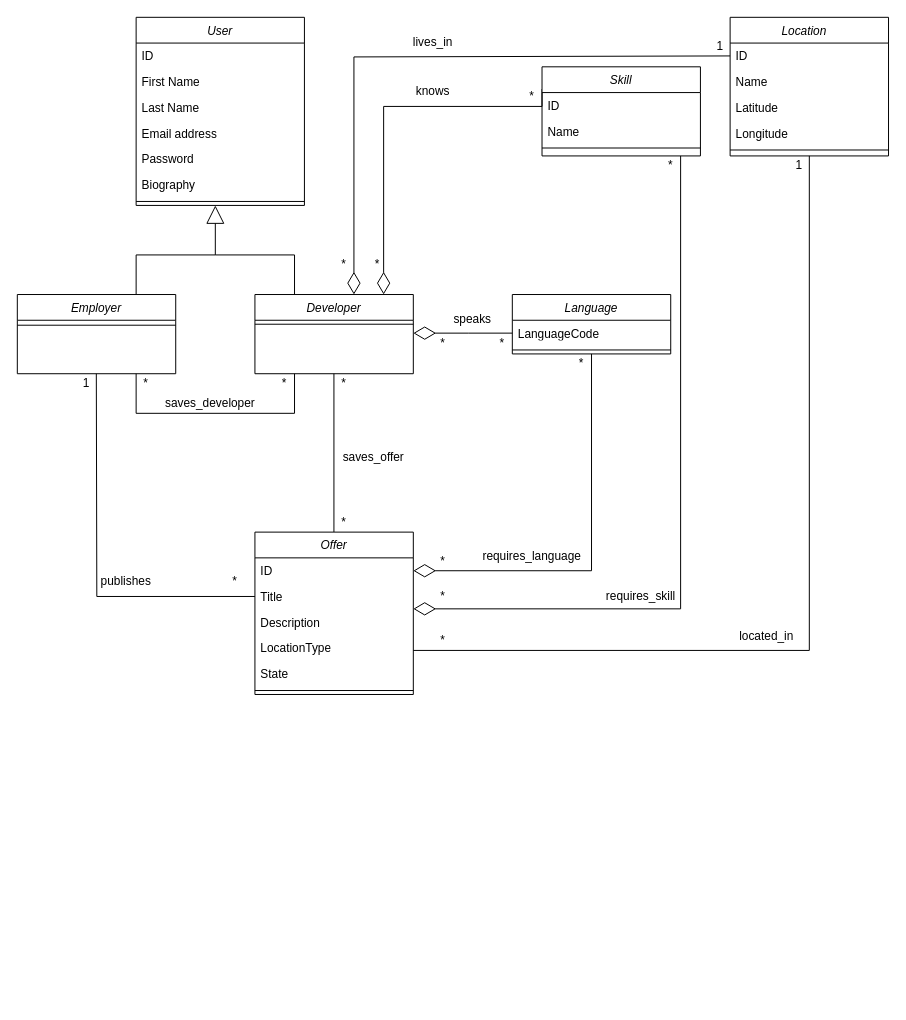
The draw.io diagram Documentazione/2. System_Design_Document/class_diagram/sdd_class_diagram.drawio in JacopoPassariello/TuringCareers, before the edit. Source tidied: cells renumbered, new cells numbered last; positions are measured from the earlier drawing's top-left corner, leaving out a move shared by most shapes. Both pictures are drawn from the tidied source at 99%, with x=0, y=0 at pixel (17, 17).
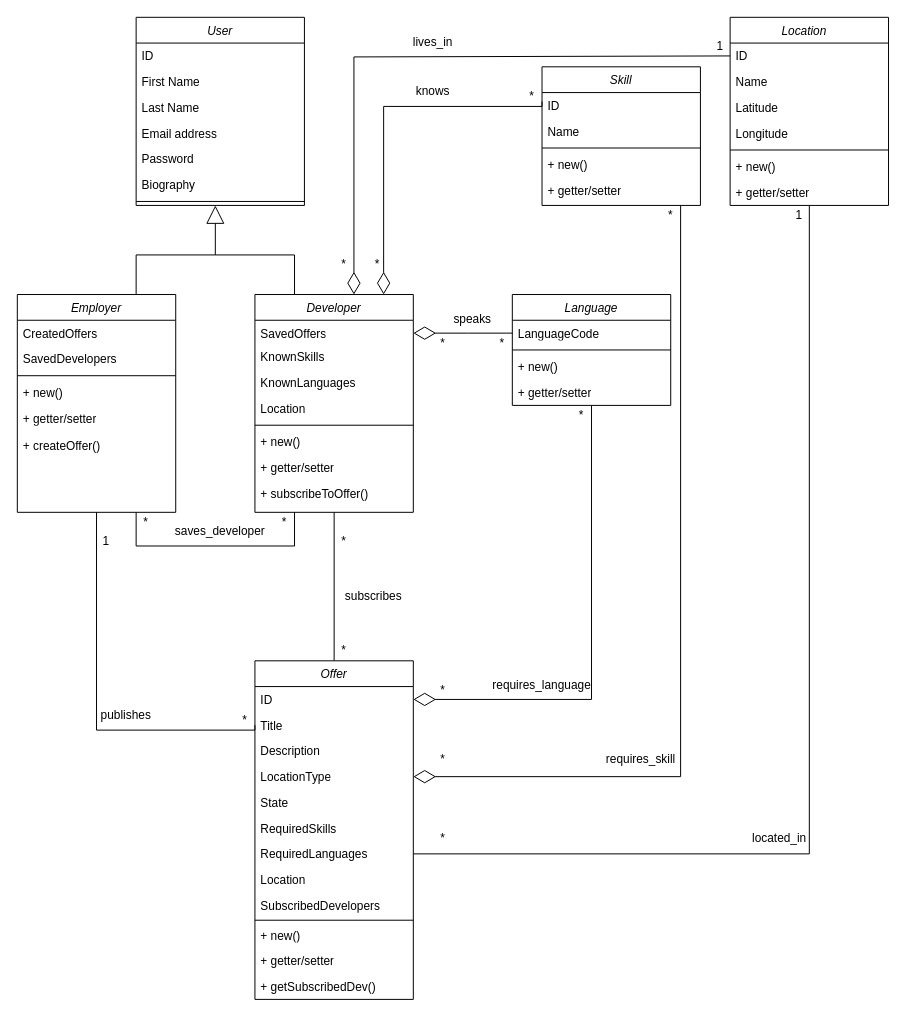
The same page after the edit.

Commit message:
Modifiche al Class Diagram

The change refers to these unchanged cells:
```xml
<mxCell id="28" value="Title" style="text;align=left;verticalAlign=top;spacingLeft=4;spacingRight=4;overflow=hidden;points=[[0,0.5],[1,0.5]];portConstraint=eastwest;rounded=0;shadow=0;html=0;" parent="26" vertex="1">
  <mxGeometry y="52" width="160" height="26" as="geometry" />
</mxCell>
<mxCell id="30" value="LocationType" style="text;strokeColor=none;fillColor=none;align=left;verticalAlign=top;spacingLeft=4;spacingRight=4;overflow=hidden;points=[[0,0.5],[1,0.5]];portConstraint=eastwest;whiteSpace=wrap;html=1;" parent="26" vertex="1">
  <mxGeometry y="104" width="160" height="26" as="geometry" />
</mxCell>
```

Diff of the diagram source:
```diff
@@
-    <mxCell id="2" style="edgeStyle=orthogonalEdgeStyle;rounded=0;orthogonalLoop=1;jettySize=auto;html=1;exitX=0.5;exitY=1;exitDx=0;exitDy=0;entryX=0.5;entryY=0;entryDx=0;entryDy=0;endArrow=none;endFill=0;" parent="1" edge="1">
-      <mxGeometry relative="1" as="geometry">
-        <mxPoint x="319.8" y="360" as="sourcePoint" />
-        <mxPoint x="319.8" y="520" as="targetPoint" />
-      </mxGeometry>
+    <mxCell id="2" style="edgeStyle=orthogonalEdgeStyle;rounded=0;jettySize=auto;html=1;endArrow=none;endFill=0;exitX=0.5;exitY=1;exitDx=0;exitDy=0;" parent="1" edge="1" source="3" target="26">
+      <mxGeometry relative="1" as="geometry" />
     </mxCell>
     <mxCell id="3" value="Developer" style="swimlane;fontStyle=2;align=center;verticalAlign=top;horizontal=1;startSize=26;rounded=0;shadow=0;strokeWidth=1;" parent="1" vertex="1">
-      <mxGeometry x="240" y="280" width="160" height="80" as="geometry" />
+      <mxGeometry x="240" y="280" width="160" height="220" as="geometry" />
     </mxCell>
+    <mxCell id="72" value="SavedOffers" style="text;strokeColor=none;fillColor=none;align=left;verticalAlign=top;spacingLeft=4;spacingRight=4;overflow=hidden;whiteSpace=wrap;html=1;" parent="3" vertex="1">
+      <mxGeometry y="26" width="160" height="24" as="geometry" />
+    </mxCell>
+    <mxCell id="73" value="KnownSkills" style="text;strokeColor=none;fillColor=none;align=left;verticalAlign=top;spacingLeft=4;spacingRight=4;overflow=hidden;whiteSpace=wrap;html=1;" parent="3" vertex="1">
+      <mxGeometry y="50" width="160" height="26" as="geometry" />
+    </mxCell>
+    <mxCell id="74" value="KnownLanguages" style="text;strokeColor=none;fillColor=none;align=left;verticalAlign=top;spacingLeft=4;spacingRight=4;overflow=hidden;whiteSpace=wrap;html=1;" parent="3" vertex="1">
+      <mxGeometry y="76" width="160" height="26" as="geometry" />
+    </mxCell>
+    <mxCell id="75" value="Location" style="text;strokeColor=none;fillColor=none;align=left;verticalAlign=top;spacingLeft=4;spacingRight=4;overflow=hidden;whiteSpace=wrap;html=1;" parent="3" vertex="1">
+      <mxGeometry y="102" width="160" height="26" as="geometry" />
+    </mxCell>
     <mxCell id="4" style="line;html=1;strokeWidth=1;align=left;verticalAlign=middle;spacingTop=-1;spacingLeft=3;spacingRight=3;labelPosition=right;" parent="3" vertex="1">
-      <mxGeometry y="26" width="160" height="8" as="geometry" />
+      <mxGeometry y="128" width="160" height="8" as="geometry" />
     </mxCell>
+    <mxCell id="76" value="+ new()" style="text;strokeColor=none;fillColor=none;align=left;verticalAlign=top;spacingLeft=4;spacingRight=4;overflow=hidden;whiteSpace=wrap;html=1;" parent="3" vertex="1">
+      <mxGeometry y="136" width="160" height="26" as="geometry" />
+    </mxCell>
+    <mxCell id="77" value="+ getter/setter" style="text;strokeColor=none;fillColor=none;align=left;verticalAlign=top;spacingLeft=4;spacingRight=4;overflow=hidden;whiteSpace=wrap;html=1;" parent="3" vertex="1">
+      <mxGeometry y="162" width="160" height="26" as="geometry" />
+    </mxCell>
+    <mxCell id="78" value="+ subscribeToOffer()" style="text;strokeColor=none;fillColor=none;align=left;verticalAlign=top;spacingLeft=4;spacingRight=4;overflow=hidden;whiteSpace=wrap;html=1;" parent="3" vertex="1">
+      <mxGeometry y="188" width="160" height="26" as="geometry" />
+    </mxCell>
-    <mxCell id="5" style="edgeStyle=orthogonalEdgeStyle;rounded=0;jettySize=auto;html=1;exitX=0.5;exitY=1;exitDx=0;exitDy=0;entryX=1;entryY=0.5;entryDx=0;entryDy=0;endArrow=none;endFill=0;endSize=20;" parent="1" edge="1" source="6">
+    <mxCell id="5" style="edgeStyle=orthogonalEdgeStyle;rounded=0;jettySize=auto;html=1;exitX=0.5;exitY=1;exitDx=0;exitDy=0;entryX=1;entryY=0.5;entryDx=0;entryDy=0;endArrow=none;endFill=0;endSize=20;" parent="1" edge="1" source="6" target="87">
       <mxGeometry relative="1" as="geometry">
-        <mxPoint x="400" y="639.5" as="targetPoint" />
         <Array as="points">
-          <mxPoint x="800" y="640" />
+          <mxPoint x="800" y="845" />
         </Array>
       </mxGeometry>
     </mxCell>
     <mxCell id="6" value="Location   " style="swimlane;fontStyle=2;align=center;verticalAlign=top;horizontal=1;startSize=26;rounded=0;shadow=0;strokeWidth=1;" parent="1" vertex="1">
-      <mxGeometry x="720" width="160" height="140" as="geometry" />
+      <mxGeometry x="720" width="160" height="190" as="geometry" />
     </mxCell>
@@
+    <mxCell id="79" value="+ new()" style="text;strokeColor=none;fillColor=none;align=left;verticalAlign=top;spacingLeft=4;spacingRight=4;overflow=hidden;whiteSpace=wrap;html=1;" parent="6" vertex="1">
+      <mxGeometry y="138" width="160" height="26" as="geometry" />
+    </mxCell>
+    <mxCell id="80" value="+ getter/setter" style="text;strokeColor=none;fillColor=none;align=left;verticalAlign=top;spacingLeft=4;spacingRight=4;overflow=hidden;whiteSpace=wrap;html=1;" parent="6" vertex="1">
+      <mxGeometry y="164" width="160" height="26" as="geometry" />
+    </mxCell>
@@
-    <mxCell id="13" style="edgeStyle=orthogonalEdgeStyle;rounded=0;jettySize=auto;html=1;entryX=0.25;entryY=1;entryDx=0;entryDy=0;endArrow=none;endFill=0;exitX=0.75;exitY=1;exitDx=0;exitDy=0;" parent="1" edge="1" source="14" target="3">
+    <mxCell id="13" style="edgeStyle=orthogonalEdgeStyle;rounded=0;jettySize=auto;html=1;entryX=1;entryY=0;entryDx=0;entryDy=0;endArrow=none;endFill=0;exitX=0;exitY=0;exitDx=0;exitDy=0;" parent="1" edge="1" source="67" target="66">
       <mxGeometry relative="1" as="geometry">
         <Array as="points">
-          <mxPoint x="120" y="400" />
-          <mxPoint x="280" y="400" />
+          <mxPoint x="120" y="534" />
+          <mxPoint x="280" y="534" />
         </Array>
       </mxGeometry>
     </mxCell>
     <mxCell id="14" value="Employer" style="swimlane;fontStyle=2;align=center;verticalAlign=top;horizontal=1;startSize=26;rounded=0;shadow=0;strokeWidth=1;" parent="1" vertex="1">
-      <mxGeometry y="280" width="160" height="80" as="geometry" />
+      <mxGeometry y="280" width="160" height="220" as="geometry" />
     </mxCell>
+    <mxCell id="81" value="CreatedOffers" style="text;strokeColor=none;fillColor=none;align=left;verticalAlign=top;spacingLeft=4;spacingRight=4;overflow=hidden;whiteSpace=wrap;html=1;" parent="14" vertex="1">
+      <mxGeometry y="26" width="160" height="26" as="geometry" />
+    </mxCell>
+    <mxCell id="82" value="SavedDevelopers" style="text;strokeColor=none;fillColor=none;align=left;verticalAlign=top;spacingLeft=4;spacingRight=4;overflow=hidden;whiteSpace=wrap;html=1;" parent="14" vertex="1">
+      <mxGeometry y="52" width="160" height="26" as="geometry" />
+    </mxCell>
     <mxCell id="15" style="line;html=1;strokeWidth=1;align=left;verticalAlign=middle;spacingTop=-1;spacingLeft=3;spacingRight=3;labelPosition=right;" parent="14" vertex="1">
-      <mxGeometry y="26" width="160" height="10" as="geometry" />
+      <mxGeometry y="78" width="160" height="8" as="geometry" />
     </mxCell>
+    <mxCell id="83" value="+ new()" style="text;strokeColor=none;fillColor=none;align=left;verticalAlign=top;spacingLeft=4;spacingRight=4;overflow=hidden;whiteSpace=wrap;html=1;" parent="14" vertex="1">
+      <mxGeometry y="86" width="160" height="26" as="geometry" />
+    </mxCell>
+    <mxCell id="84" value="+ getter/setter" style="text;strokeColor=none;fillColor=none;align=left;verticalAlign=top;spacingLeft=4;spacingRight=4;overflow=hidden;whiteSpace=wrap;html=1;" parent="14" vertex="1">
+      <mxGeometry y="112" width="160" height="28" as="geometry" />
+    </mxCell>
+    <mxCell id="85" value="+ createOffer()&lt;br&gt;" style="text;strokeColor=none;fillColor=none;align=left;verticalAlign=top;spacingLeft=4;spacingRight=4;overflow=hidden;whiteSpace=wrap;html=1;" parent="14" vertex="1">
+      <mxGeometry y="140" width="160" height="30" as="geometry" />
+    </mxCell>
@@
-    <mxCell id="25" style="edgeStyle=orthogonalEdgeStyle;rounded=0;jettySize=auto;html=1;exitX=0;exitY=0.5;exitDx=0;exitDy=0;startArrow=none;startFill=0;endSize=20;startSize=20;endArrow=none;endFill=0;" parent="1" edge="1" source="28">
+    <mxCell id="25" style="edgeStyle=orthogonalEdgeStyle;rounded=0;jettySize=auto;html=1;exitX=0;exitY=0.5;exitDx=0;exitDy=0;startArrow=none;startFill=0;endSize=20;startSize=20;endArrow=none;endFill=0;entryX=0.5;entryY=1;entryDx=0;entryDy=0;" parent="1" edge="1" source="28" target="14">
       <mxGeometry relative="1" as="geometry">
-        <mxPoint x="79.8" y="360" as="targetPoint" />
+        <Array as="points">
+          <mxPoint x="240" y="720" />
+          <mxPoint x="80" y="720" />
+        </Array>
       </mxGeometry>
     </mxCell>
     <mxCell id="26" value="Offer" style="swimlane;fontStyle=2;align=center;verticalAlign=top;horizontal=1;startSize=26;rounded=0;shadow=0;strokeWidth=1;" parent="1" vertex="1">
-      <mxGeometry x="240" y="520" width="160" height="164" as="geometry" />
+      <mxGeometry x="240" y="650" width="160" height="342" as="geometry" />
     </mxCell>
@@
+    <mxCell id="86" value="RequiredSkills" style="text;strokeColor=none;fillColor=none;align=left;verticalAlign=top;spacingLeft=4;spacingRight=4;overflow=hidden;whiteSpace=wrap;html=1;" parent="26" vertex="1">
+      <mxGeometry y="156" width="160" height="26" as="geometry" />
+    </mxCell>
+    <mxCell id="87" value="RequiredLanguages" style="text;strokeColor=none;fillColor=none;align=left;verticalAlign=top;spacingLeft=4;spacingRight=4;overflow=hidden;points=[[0,0.5],[1,0.5]];portConstraint=eastwest;whiteSpace=wrap;html=1;" parent="26" vertex="1">
+      <mxGeometry y="182" width="160" height="26" as="geometry" />
+    </mxCell>
+    <mxCell id="88" value="Location" style="text;strokeColor=none;fillColor=none;align=left;verticalAlign=top;spacingLeft=4;spacingRight=4;overflow=hidden;whiteSpace=wrap;html=1;" parent="26" vertex="1">
+      <mxGeometry y="208" width="160" height="26" as="geometry" />
+    </mxCell>
+    <mxCell id="89" value="SubscribedDevelopers" style="text;strokeColor=none;fillColor=none;align=left;verticalAlign=top;spacingLeft=4;spacingRight=4;overflow=hidden;whiteSpace=wrap;html=1;" parent="26" vertex="1">
+      <mxGeometry y="234" width="160" height="26" as="geometry" />
+    </mxCell>
     <mxCell id="32" style="line;html=1;strokeWidth=1;align=left;verticalAlign=middle;spacingTop=-1;spacingLeft=3;spacingRight=3;labelPosition=right;" parent="26" vertex="1">
-      <mxGeometry y="156" width="160" height="8" as="geometry" />
+      <mxGeometry y="260" width="160" height="4" as="geometry" />
     </mxCell>
+    <mxCell id="90" value="+ new()" style="text;strokeColor=none;fillColor=none;align=left;verticalAlign=top;spacingLeft=4;spacingRight=4;overflow=hidden;whiteSpace=wrap;html=1;" parent="26" vertex="1">
+      <mxGeometry y="264" width="160" height="26" as="geometry" />
+    </mxCell>
+    <mxCell id="91" value="+ getter/setter" style="text;strokeColor=none;fillColor=none;align=left;verticalAlign=top;spacingLeft=4;spacingRight=4;overflow=hidden;whiteSpace=wrap;html=1;" parent="26" vertex="1">
+      <mxGeometry y="290" width="160" height="26" as="geometry" />
+    </mxCell>
+    <mxCell id="92" value="+ getSubscribedDev()" style="text;strokeColor=none;fillColor=none;align=left;verticalAlign=top;spacingLeft=4;spacingRight=4;overflow=hidden;whiteSpace=wrap;html=1;" parent="26" vertex="1">
+      <mxGeometry y="316" width="160" height="26" as="geometry" />
+    </mxCell>
@@
-    <mxCell id="34" style="edgeStyle=orthogonalEdgeStyle;rounded=0;orthogonalLoop=1;jettySize=auto;html=1;entryX=1;entryY=0.5;entryDx=0;entryDy=0;endArrow=diamondThin;endFill=0;endSize=20;" parent="1" edge="1">
+    <mxCell id="34" style="edgeStyle=orthogonalEdgeStyle;rounded=0;jettySize=auto;html=1;endArrow=diamondThin;endFill=0;endSize=20;exitX=0.875;exitY=1.077;exitDx=0;exitDy=0;exitPerimeter=0;entryX=1;entryY=0.5;entryDx=0;entryDy=0;" parent="1" edge="1" source="94" target="30">
       <mxGeometry relative="1" as="geometry">
-        <mxPoint x="670" y="140" as="sourcePoint" />
-        <mxPoint x="400" y="597.5" as="targetPoint" />
         <Array as="points">
-          <mxPoint x="670" y="597.5" />
+          <mxPoint x="670" y="767" />
         </Array>
       </mxGeometry>
     </mxCell>
     <mxCell id="35" value="Skill" style="swimlane;fontStyle=2;align=center;verticalAlign=top;horizontal=1;startSize=26;rounded=0;shadow=0;strokeWidth=1;" parent="1" vertex="1">
-      <mxGeometry x="530" y="50" width="160" height="90" as="geometry" />
+      <mxGeometry x="530" y="50" width="160" height="140" as="geometry" />
     </mxCell>
@@
+    <mxCell id="93" value="+ new()" style="text;strokeColor=none;fillColor=none;align=left;verticalAlign=top;spacingLeft=4;spacingRight=4;overflow=hidden;whiteSpace=wrap;html=1;" parent="35" vertex="1">
+      <mxGeometry y="86" width="160" height="26" as="geometry" />
+    </mxCell>
+    <mxCell id="94" value="+ getter/setter" style="text;strokeColor=none;fillColor=none;align=left;verticalAlign=top;spacingLeft=4;spacingRight=4;overflow=hidden;points=[[0,0.5],[1,0.5]];portConstraint=eastwest;whiteSpace=wrap;html=1;" parent="35" vertex="1">
+      <mxGeometry y="112" width="160" height="26" as="geometry" />
+    </mxCell>
@@
     <mxCell id="40" value="Language" style="swimlane;fontStyle=2;align=center;verticalAlign=top;horizontal=1;startSize=26;rounded=0;shadow=0;strokeWidth=1;" parent="1" vertex="1">
-      <mxGeometry x="500" y="280" width="160" height="60" as="geometry" />
+      <mxGeometry x="500" y="280" width="160" height="112" as="geometry" />
     </mxCell>
@@
+    <mxCell id="95" value="+ new()" style="text;strokeColor=none;fillColor=none;align=left;verticalAlign=top;spacingLeft=4;spacingRight=4;overflow=hidden;whiteSpace=wrap;html=1;" parent="40" vertex="1">
+      <mxGeometry y="60" width="160" height="26" as="geometry" />
+    </mxCell>
+    <mxCell id="96" value="+ getter/setter" style="text;strokeColor=none;fillColor=none;align=left;verticalAlign=top;spacingLeft=4;spacingRight=4;overflow=hidden;whiteSpace=wrap;html=1;" parent="40" vertex="1">
+      <mxGeometry y="86" width="160" height="26" as="geometry" />
+    </mxCell>
     <mxCell id="44" value="*" style="text;html=1;strokeColor=none;fillColor=none;align=center;verticalAlign=middle;whiteSpace=wrap;rounded=0;" parent="1" vertex="1">
-      <mxGeometry x="200" y="560" width="40" height="20" as="geometry" />
+      <mxGeometry x="320" y="630" width="20" height="20" as="geometry" />
     </mxCell>
     <mxCell id="45" value="1" style="text;html=1;strokeColor=none;fillColor=none;align=center;verticalAlign=middle;whiteSpace=wrap;rounded=0;" parent="1" vertex="1">
-      <mxGeometry x="60" y="360" width="20" height="20" as="geometry" />
+      <mxGeometry x="80" y="520" width="20" height="20" as="geometry" />
     </mxCell>
     <mxCell id="46" value="publishes" style="text;html=1;strokeColor=none;fillColor=none;align=center;verticalAlign=middle;whiteSpace=wrap;rounded=0;" parent="1" vertex="1">
-      <mxGeometry x="80" y="555" width="60" height="30" as="geometry" />
+      <mxGeometry x="80" y="690" width="60" height="30" as="geometry" />
     </mxCell>
@@
     <mxCell id="50" value="located_in" style="text;html=1;strokeColor=none;fillColor=none;align=center;verticalAlign=middle;whiteSpace=wrap;rounded=0;" parent="1" vertex="1">
-      <mxGeometry x="727" y="610" width="60" height="30" as="geometry" />
+      <mxGeometry x="740" y="815" width="60" height="30" as="geometry" />
     </mxCell>
@@
     <mxCell id="53" value="*" style="text;html=1;strokeColor=none;fillColor=none;align=center;verticalAlign=middle;whiteSpace=wrap;rounded=0;" parent="1" vertex="1">
-      <mxGeometry x="420" y="540" width="20" height="20" as="geometry" />
+      <mxGeometry x="420" y="740" width="20" height="20" as="geometry" />
     </mxCell>
     <mxCell id="54" value="requires_skill" style="text;html=1;strokeColor=none;fillColor=none;align=center;verticalAlign=middle;whiteSpace=wrap;rounded=0;" parent="1" vertex="1">
-      <mxGeometry x="600" y="570" width="60" height="30" as="geometry" />
+      <mxGeometry x="600" y="735" width="60" height="30" as="geometry" />
     </mxCell>
     <mxCell id="55" value="*" style="text;html=1;strokeColor=none;fillColor=none;align=center;verticalAlign=middle;whiteSpace=wrap;rounded=0;" parent="1" vertex="1">
-      <mxGeometry x="560" y="340" width="20" height="20" as="geometry" />
+      <mxGeometry x="560" y="392" width="20" height="20" as="geometry" />
     </mxCell>
     <mxCell id="56" value="*" style="text;html=1;strokeColor=none;fillColor=none;align=center;verticalAlign=middle;whiteSpace=wrap;rounded=0;" parent="1" vertex="1">
-      <mxGeometry x="650" y="140" width="20" height="20" as="geometry" />
+      <mxGeometry x="650" y="190" width="20" height="20" as="geometry" />
     </mxCell>
     <mxCell id="57" value="requires_language" style="text;html=1;strokeColor=none;fillColor=none;align=center;verticalAlign=middle;whiteSpace=wrap;rounded=0;" parent="1" vertex="1">
-      <mxGeometry x="490" y="530" width="60" height="30" as="geometry" />
+      <mxGeometry x="500" y="660" width="60" height="30" as="geometry" />
     </mxCell>
     <mxCell id="58" value="1" style="text;html=1;strokeColor=none;fillColor=none;align=center;verticalAlign=middle;whiteSpace=wrap;rounded=0;" parent="1" vertex="1">
-      <mxGeometry x="780" y="140" width="20" height="20" as="geometry" />
+      <mxGeometry x="780" y="190" width="20" height="20" as="geometry" />
     </mxCell>
     <mxCell id="59" value="*" style="text;html=1;strokeColor=none;fillColor=none;align=center;verticalAlign=middle;whiteSpace=wrap;rounded=0;" parent="1" vertex="1">
-      <mxGeometry x="420" y="620" width="20" height="20" as="geometry" />
+      <mxGeometry x="420" y="670" width="20" height="20" as="geometry" />
     </mxCell>
@@
     <mxCell id="62" value="*" style="text;html=1;strokeColor=none;fillColor=none;align=center;verticalAlign=middle;whiteSpace=wrap;rounded=0;" parent="1" vertex="1">
-      <mxGeometry x="420" y="575" width="20" height="20" as="geometry" />
+      <mxGeometry x="420" y="820" width="20" height="20" as="geometry" />
     </mxCell>
@@
     <mxCell id="65" value="saves_developer" style="text;html=1;strokeColor=none;fillColor=none;align=center;verticalAlign=middle;whiteSpace=wrap;rounded=0;" parent="1" vertex="1">
-      <mxGeometry x="170" y="380" width="50" height="20" as="geometry" />
+      <mxGeometry x="180" y="509" width="50" height="20" as="geometry" />
     </mxCell>
     <mxCell id="66" value="*" style="text;html=1;strokeColor=none;fillColor=none;align=center;verticalAlign=middle;whiteSpace=wrap;rounded=0;" parent="1" vertex="1">
-      <mxGeometry x="260" y="360" width="20" height="20" as="geometry" />
+      <mxGeometry x="260" y="500" width="20" height="20" as="geometry" />
     </mxCell>
     <mxCell id="67" value="*" style="text;html=1;strokeColor=none;fillColor=none;align=center;verticalAlign=middle;whiteSpace=wrap;rounded=0;" parent="1" vertex="1">
-      <mxGeometry x="120" y="360" width="20" height="20" as="geometry" />
+      <mxGeometry x="120" y="500" width="20" height="20" as="geometry" />
     </mxCell>
-    <mxCell id="68" value="saves_offer" style="text;html=1;strokeColor=none;fillColor=none;align=center;verticalAlign=middle;whiteSpace=wrap;rounded=0;" parent="1" vertex="1">
-      <mxGeometry x="330" y="430" width="60" height="30" as="geometry" />
+    <mxCell id="68" value="subscribes" style="text;html=1;strokeColor=none;fillColor=none;align=center;verticalAlign=middle;whiteSpace=wrap;rounded=0;" parent="1" vertex="1">
+      <mxGeometry x="330" y="570" width="60" height="30" as="geometry" />
     </mxCell>
-    <mxCell id="69" value="*" style="text;html=1;strokeColor=none;fillColor=none;align=center;verticalAlign=middle;whiteSpace=wrap;rounded=0;" parent="1" vertex="1">
-      <mxGeometry x="320" y="360" width="20" height="20" as="geometry" />
-    </mxCell>
     <mxCell id="70" value="*" style="text;html=1;strokeColor=none;fillColor=none;align=center;verticalAlign=middle;whiteSpace=wrap;rounded=0;" parent="1" vertex="1">
-      <mxGeometry x="320" y="500" width="20" height="20" as="geometry" />
+      <mxGeometry x="320" y="520" width="20" height="20" as="geometry" />
     </mxCell>
@@
+    <mxCell id="69" value="*" style="text;html=1;strokeColor=none;fillColor=none;align=center;verticalAlign=middle;whiteSpace=wrap;rounded=0;" parent="1" vertex="1">
+      <mxGeometry x="220" y="700" width="20" height="20" as="geometry" />
+    </mxCell>
```
